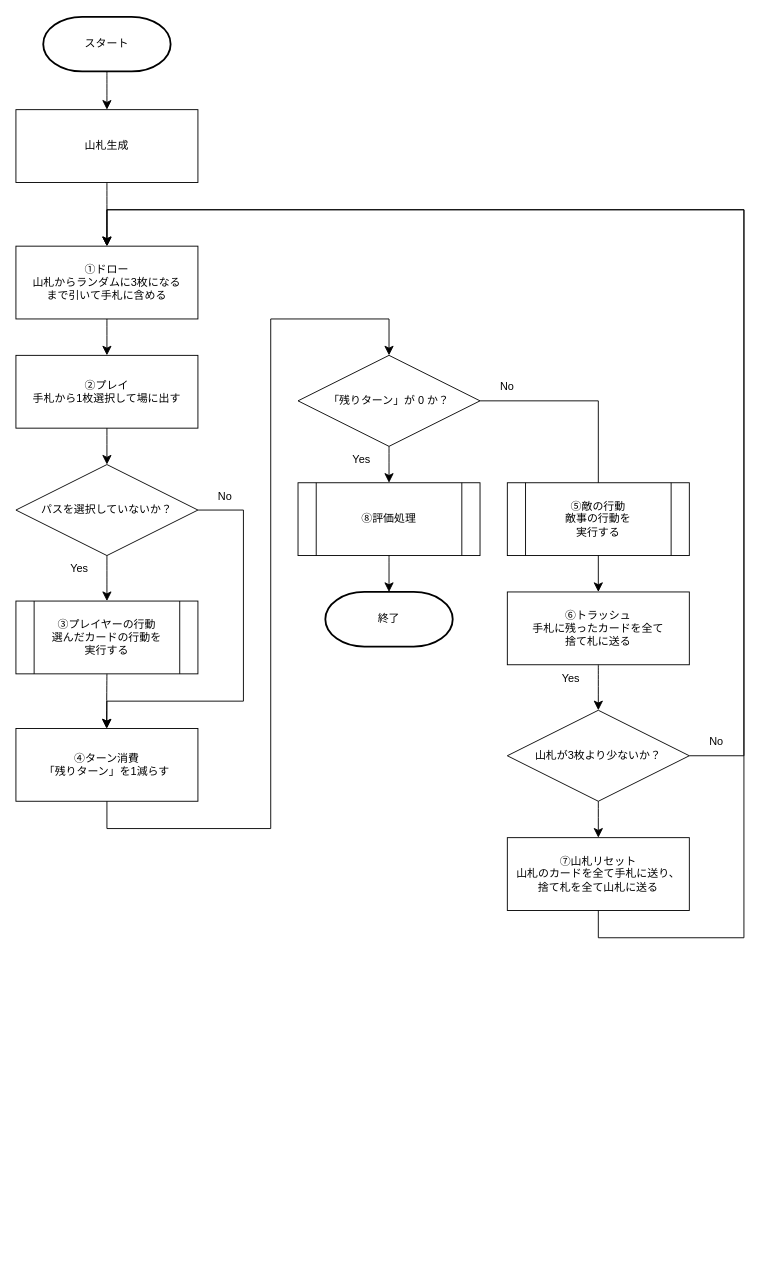
This is CardGameStructure/flow_chart.drawio from ehime-iyokan/DrawIO, a draw.io file, before an edit. Source tidied: cells renumbered, new cells numbered last; positions are measured from the earlier drawing's top-left corner, leaving out a move shared by most shapes. Both pictures are drawn from the tidied source at 91%, with x=0, y=0 at pixel (-39, 16).
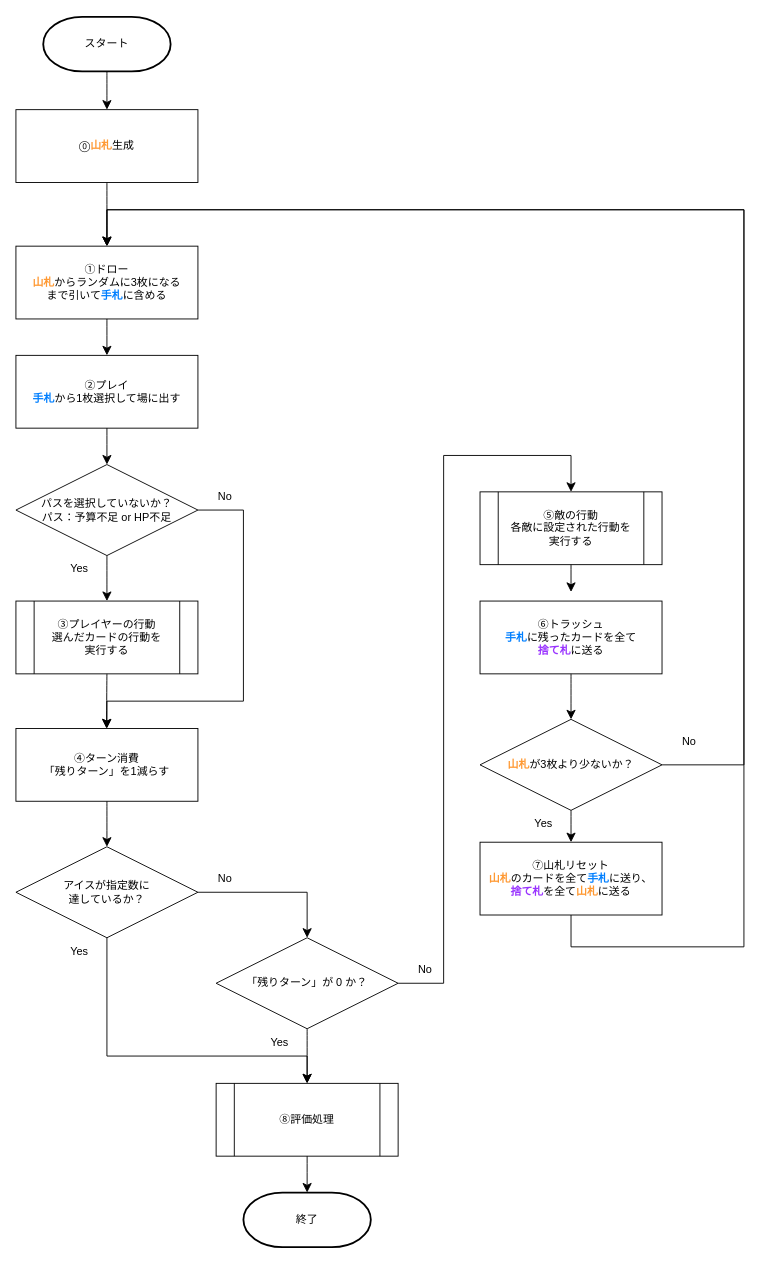
The same diagram, later.

Commit message (it also covers changes not shown here):
flow_chart.drawio を更新します

Unchanged cells that the change refers to:
```xml
<mxCell id="11" value="④ターン消費&lt;div&gt;「残りターン」を1減らす&lt;/div&gt;" style="rounded=0;whiteSpace=wrap;html=1;" parent="1" vertex="1">
  <mxGeometry x="60" y="782" width="200" height="80" as="geometry" />
</mxCell>
```

Change to the diagram source:
```diff
@@
-    <mxCell id="7" value="山札生成" style="rounded=0;whiteSpace=wrap;html=1;" parent="1" vertex="1">
+    <mxCell id="7" value="⓪&lt;b&gt;&lt;span style=&quot;color: rgb(255, 153, 51);&quot;&gt;山札&lt;/span&gt;&lt;/b&gt;生成" style="rounded=0;whiteSpace=wrap;html=1;" parent="1" vertex="1">
       <mxGeometry x="60" y="102" width="200" height="80" as="geometry" />
     </mxCell>
-    <mxCell id="8" value="&lt;div&gt;①ドロー&lt;/div&gt;&lt;div&gt;山札からランダムに3枚になる&lt;/div&gt;&lt;div&gt;まで引いて手札に含める&lt;/div&gt;" style="rounded=0;whiteSpace=wrap;html=1;" parent="1" vertex="1">
+    <mxCell id="8" value="&lt;div&gt;①ドロー&lt;/div&gt;&lt;div&gt;&lt;b&gt;&lt;span style=&quot;color: rgb(255, 153, 51);&quot;&gt;山札&lt;/span&gt;&lt;/b&gt;からランダムに3枚になる&lt;/div&gt;&lt;div&gt;まで引いて&lt;b&gt;&lt;span style=&quot;color: rgb(0, 127, 255);&quot;&gt;手札&lt;/span&gt;&lt;/b&gt;に含める&lt;/div&gt;" style="rounded=0;whiteSpace=wrap;html=1;fillColor=#FFFFFF;" parent="1" vertex="1">
       <mxGeometry x="60" y="252" width="200" height="80" as="geometry" />
     </mxCell>
-    <mxCell id="9" value="&lt;div&gt;②プレイ&lt;/div&gt;&lt;div&gt;手札から1枚選択して場に出す&lt;/div&gt;" style="rounded=0;whiteSpace=wrap;html=1;" parent="1" vertex="1">
+    <mxCell id="9" value="&lt;div&gt;②プレイ&lt;/div&gt;&lt;div&gt;&lt;b&gt;&lt;span style=&quot;color: rgb(0, 127, 255);&quot;&gt;手札&lt;/span&gt;&lt;/b&gt;から1枚選択して場に出す&lt;/div&gt;" style="rounded=0;whiteSpace=wrap;html=1;" parent="1" vertex="1">
       <mxGeometry x="60" y="372" width="200" height="80" as="geometry" />
     </mxCell>
@@
-    <mxCell id="12" value="パスを選択していないか？" style="rhombus;whiteSpace=wrap;html=1;" parent="1" vertex="1">
+    <mxCell id="12" value="&lt;div&gt;パスを選択していないか？&lt;/div&gt;&lt;div&gt;パス：予算不足 or HP不足&lt;/div&gt;" style="rhombus;whiteSpace=wrap;html=1;" parent="1" vertex="1">
       <mxGeometry x="60" y="492" width="200" height="100" as="geometry" />
     </mxCell>
@@
     <mxCell id="22" value="&lt;div&gt;「残りターン」が 0 か？&lt;/div&gt;" style="rhombus;whiteSpace=wrap;html=1;" parent="1" vertex="1">
-      <mxGeometry x="370" y="372" width="200" height="100" as="geometry" />
+      <mxGeometry x="280" y="1012" width="200" height="100" as="geometry" />
     </mxCell>
     <mxCell id="23" value="&lt;div&gt;⑧評価処理&lt;/div&gt;" style="shape=process;whiteSpace=wrap;html=1;backgroundOutline=1;" parent="1" vertex="1">
-      <mxGeometry x="370" y="512" width="200" height="80" as="geometry" />
+      <mxGeometry x="280" y="1172" width="200" height="80" as="geometry" />
     </mxCell>
-    <mxCell id="24" value="⑥トラッシュ&lt;div&gt;手札に残ったカードを全て&lt;/div&gt;&lt;div&gt;捨て札に送る&lt;/div&gt;" style="rounded=0;whiteSpace=wrap;html=1;" parent="1" vertex="1">
-      <mxGeometry x="600" y="632" width="200" height="80" as="geometry" />
+    <mxCell id="24" value="⑥トラッシュ&lt;div&gt;&lt;b&gt;&lt;span style=&quot;color: rgb(0, 127, 255);&quot;&gt;手札&lt;/span&gt;&lt;/b&gt;に残ったカードを全て&lt;/div&gt;&lt;div&gt;&lt;b&gt;&lt;span style=&quot;color: rgb(153, 51, 255);&quot;&gt;捨て札&lt;/span&gt;&lt;/b&gt;に送る&lt;/div&gt;" style="rounded=0;whiteSpace=wrap;html=1;" parent="1" vertex="1">
+      <mxGeometry x="570" y="642" width="200" height="80" as="geometry" />
     </mxCell>
-    <mxCell id="25" value="⑦山札リセット&lt;div&gt;山札のカードを全て手札に送り、&lt;/div&gt;&lt;div&gt;捨て札を全て山札に送る&lt;/div&gt;" style="rounded=0;whiteSpace=wrap;html=1;" parent="1" vertex="1">
-      <mxGeometry x="600" y="902" width="200" height="80" as="geometry" />
+    <mxCell id="25" value="⑦山札リセット&lt;div&gt;&lt;b&gt;&lt;span style=&quot;color: rgb(255, 153, 51);&quot;&gt;山札&lt;/span&gt;&lt;/b&gt;のカードを全て&lt;b&gt;&lt;span style=&quot;color: rgb(0, 127, 255);&quot;&gt;手札&lt;/span&gt;&lt;/b&gt;に送り、&lt;/div&gt;&lt;div&gt;&lt;b&gt;&lt;span style=&quot;color: rgb(153, 51, 255);&quot;&gt;捨て札&lt;/span&gt;&lt;/b&gt;を全て&lt;b&gt;&lt;span style=&quot;color: rgb(255, 153, 51);&quot;&gt;山札&lt;/span&gt;&lt;/b&gt;に送る&lt;/div&gt;" style="rounded=0;whiteSpace=wrap;html=1;" parent="1" vertex="1">
+      <mxGeometry x="570" y="907" width="200" height="80" as="geometry" />
     </mxCell>
-    <mxCell id="26" style="edgeStyle=segmentEdgeStyle;endArrow=classic;html=1;curved=0;rounded=0;endSize=8;startSize=8;fontSize=12;exitX=0.5;exitY=1;exitDx=0;exitDy=0;entryX=0.5;entryY=0;entryDx=0;entryDy=0;" parent="1" edge="1" source="11" target="22">
-      <mxGeometry relative="1" as="geometry">
-        <Array as="points">
-          <mxPoint x="160" y="892" />
-          <mxPoint x="340" y="892" />
-          <mxPoint x="340" y="332" />
-          <mxPoint x="470" y="332" />
-        </Array>
-      </mxGeometry>
-    </mxCell>
-    <mxCell id="27" value="Yes" style="text;html=1;align=center;verticalAlign=middle;whiteSpace=wrap;rounded=0;" parent="1" vertex="1">
-      <mxGeometry x="410" y="472" width="60" height="30" as="geometry" />
-    </mxCell>
-    <mxCell id="28" value="No" style="text;html=1;align=center;verticalAlign=middle;whiteSpace=wrap;rounded=0;" parent="1" vertex="1">
-      <mxGeometry x="570" y="392" width="60" height="30" as="geometry" />
-    </mxCell>
-    <mxCell id="29" style="endArrow=classic;html=1;rounded=0;fontSize=12;startSize=8;endSize=8;curved=1;entryX=0.5;entryY=0;entryDx=0;entryDy=0;exitX=0.5;exitY=1;exitDx=0;exitDy=0;" parent="1" edge="1" source="22" target="23">
-      <mxGeometry relative="1" as="geometry" />
-    </mxCell>
-    <mxCell id="30" style="edgeStyle=segmentEdgeStyle;endArrow=classic;html=1;curved=0;rounded=0;endSize=8;startSize=8;fontSize=12;exitX=1;exitY=0.5;exitDx=0;exitDy=0;entryX=0.5;entryY=0;entryDx=0;entryDy=0;" parent="1" edge="1" source="22" target="24">
-      <mxGeometry relative="1" as="geometry" />
-    </mxCell>
-    <mxCell id="31" value="山札が3枚より少ないか？" style="rhombus;whiteSpace=wrap;html=1;" parent="1" vertex="1">
-      <mxGeometry x="600" y="762" width="200" height="100" as="geometry" />
+    <mxCell id="31" value="&lt;b&gt;&lt;span style=&quot;color: rgb(255, 153, 51);&quot;&gt;山札&lt;/span&gt;&lt;/b&gt;が3枚より少ないか？" style="rhombus;whiteSpace=wrap;html=1;" parent="1" vertex="1">
+      <mxGeometry x="570" y="772" width="200" height="100" as="geometry" />
     </mxCell>
     <mxCell id="32" value="Yes" style="text;html=1;align=center;verticalAlign=middle;whiteSpace=wrap;rounded=0;" parent="1" vertex="1">
-      <mxGeometry x="640" y="712" width="60" height="30" as="geometry" />
+      <mxGeometry x="610" y="872" width="60" height="30" as="geometry" />
     </mxCell>
     <mxCell id="33" value="No" style="text;html=1;align=center;verticalAlign=middle;whiteSpace=wrap;rounded=0;" parent="1" vertex="1">
-      <mxGeometry x="800" y="782" width="60" height="30" as="geometry" />
+      <mxGeometry x="770" y="782" width="60" height="30" as="geometry" />
     </mxCell>
@@
     <mxCell id="36" style="edgeStyle=segmentEdgeStyle;endArrow=classic;html=1;curved=0;rounded=0;endSize=8;startSize=8;fontSize=12;exitX=1;exitY=0.5;exitDx=0;exitDy=0;entryX=0.5;entryY=0;entryDx=0;entryDy=0;" parent="1" edge="1" source="31" target="8">
       <mxGeometry relative="1" as="geometry">
         <Array as="points">
-          <mxPoint x="860" y="812" />
+          <mxPoint x="860" y="822" />
           <mxPoint x="860" y="212" />
           <mxPoint x="160" y="212" />
         </Array>
       </mxGeometry>
     </mxCell>
     <mxCell id="37" style="edgeStyle=segmentEdgeStyle;endArrow=classic;html=1;curved=0;rounded=0;endSize=8;startSize=8;fontSize=12;exitX=0.5;exitY=1;exitDx=0;exitDy=0;entryX=0.5;entryY=0;entryDx=0;entryDy=0;" parent="1" edge="1" source="25" target="8">
       <mxGeometry relative="1" as="geometry">
         <Array as="points">
-          <mxPoint x="700" y="1012" />
-          <mxPoint x="860" y="1012" />
+          <mxPoint x="670" y="1022" />
+          <mxPoint x="860" y="1022" />
           <mxPoint x="860" y="212" />
           <mxPoint x="160" y="212" />
         </Array>
       </mxGeometry>
     </mxCell>
     <mxCell id="38" value="終了" style="strokeWidth=2;html=1;shape=mxgraph.flowchart.terminator;whiteSpace=wrap;" parent="1" vertex="1">
-      <mxGeometry x="400" y="632" width="140" height="60" as="geometry" />
+      <mxGeometry x="310" y="1292" width="140" height="60" as="geometry" />
     </mxCell>
@@
-    <mxCell id="41" value="⑤敵の行動&lt;div&gt;敵事の行動を&lt;/div&gt;&lt;div&gt;実行する&lt;/div&gt;" style="shape=process;whiteSpace=wrap;html=1;backgroundOutline=1;" parent="1" vertex="1">
-      <mxGeometry x="600" y="512" width="200" height="80" as="geometry" />
+    <mxCell id="41" value="⑤敵の行動&lt;div&gt;各敵に設定された行動を&lt;/div&gt;&lt;div&gt;実行する&lt;/div&gt;" style="shape=process;whiteSpace=wrap;html=1;backgroundOutline=1;" parent="1" vertex="1">
+      <mxGeometry x="570" y="522" width="200" height="80" as="geometry" />
     </mxCell>
+    <mxCell id="42" value="&lt;div&gt;アイスが指定数に&lt;/div&gt;&lt;div&gt;達しているか？&lt;/div&gt;" style="rhombus;whiteSpace=wrap;html=1;" parent="1" vertex="1">
+      <mxGeometry x="60" y="912" width="200" height="100" as="geometry" />
+    </mxCell>
+    <mxCell id="43" style="endArrow=classic;html=1;rounded=0;fontSize=12;startSize=8;endSize=8;curved=1;exitX=0.5;exitY=1;exitDx=0;exitDy=0;" parent="1" edge="1" source="11">
+      <mxGeometry relative="1" as="geometry">
+        <mxPoint x="160" y="912" as="targetPoint" />
+      </mxGeometry>
+    </mxCell>
+    <mxCell id="44" style="edgeStyle=segmentEdgeStyle;endArrow=classic;html=1;curved=0;rounded=0;endSize=8;startSize=8;entryX=0.5;entryY=0;entryDx=0;entryDy=0;" parent="1" edge="1" target="23">
+      <mxGeometry relative="1" as="geometry">
+        <mxPoint x="160" y="1012" as="sourcePoint" />
+        <Array as="points">
+          <mxPoint x="160" y="1142" />
+          <mxPoint x="380" y="1142" />
+        </Array>
+      </mxGeometry>
+    </mxCell>
+    <mxCell id="29" style="endArrow=classic;html=1;rounded=0;fontSize=12;startSize=8;endSize=8;curved=1;exitX=0.5;exitY=1;exitDx=0;exitDy=0;entryX=0.5;entryY=0;entryDx=0;entryDy=0;" parent="1" edge="1" source="22" target="23">
+      <mxGeometry relative="1" as="geometry" />
+    </mxCell>
+    <mxCell id="45" style="edgeStyle=segmentEdgeStyle;endArrow=classic;html=1;curved=0;rounded=0;endSize=8;startSize=8;exitX=1;exitY=0.5;exitDx=0;exitDy=0;entryX=0.5;entryY=0;entryDx=0;entryDy=0;" parent="1" edge="1" source="22" target="41">
+      <mxGeometry relative="1" as="geometry">
+        <Array as="points">
+          <mxPoint x="530" y="1062" />
+          <mxPoint x="530" y="482" />
+          <mxPoint x="670" y="482" />
+        </Array>
+      </mxGeometry>
+    </mxCell>
+    <mxCell id="46" value="No" style="text;html=1;align=center;verticalAlign=middle;whiteSpace=wrap;rounded=0;" parent="1" vertex="1">
+      <mxGeometry x="480" y="1032" width="60" height="30" as="geometry" />
+    </mxCell>
+    <mxCell id="47" value="Yes" style="text;html=1;align=center;verticalAlign=middle;whiteSpace=wrap;rounded=0;" parent="1" vertex="1">
+      <mxGeometry x="320" y="1112" width="60" height="30" as="geometry" />
+    </mxCell>
+    <mxCell id="48" style="edgeStyle=segmentEdgeStyle;endArrow=classic;html=1;curved=0;rounded=0;endSize=8;startSize=8;" parent="1" edge="1" source="42" target="22">
+      <mxGeometry relative="1" as="geometry" />
+    </mxCell>
+    <mxCell id="49" value="Yes" style="text;html=1;align=center;verticalAlign=middle;whiteSpace=wrap;rounded=0;" parent="1" vertex="1">
+      <mxGeometry x="100" y="1012" width="60" height="30" as="geometry" />
+    </mxCell>
+    <mxCell id="50" value="No" style="text;html=1;align=center;verticalAlign=middle;whiteSpace=wrap;rounded=0;" parent="1" vertex="1">
+      <mxGeometry x="260" y="932" width="60" height="30" as="geometry" />
+    </mxCell>
+    <mxCell id="51" style="endArrow=classic;html=1;rounded=0;fontSize=12;startSize=8;endSize=8;curved=1;exitX=0.5;exitY=1;exitDx=0;exitDy=0;" parent="1" edge="1" source="41">
+      <mxGeometry relative="1" as="geometry">
+        <mxPoint x="670" y="632" as="targetPoint" />
+      </mxGeometry>
+    </mxCell>
```
